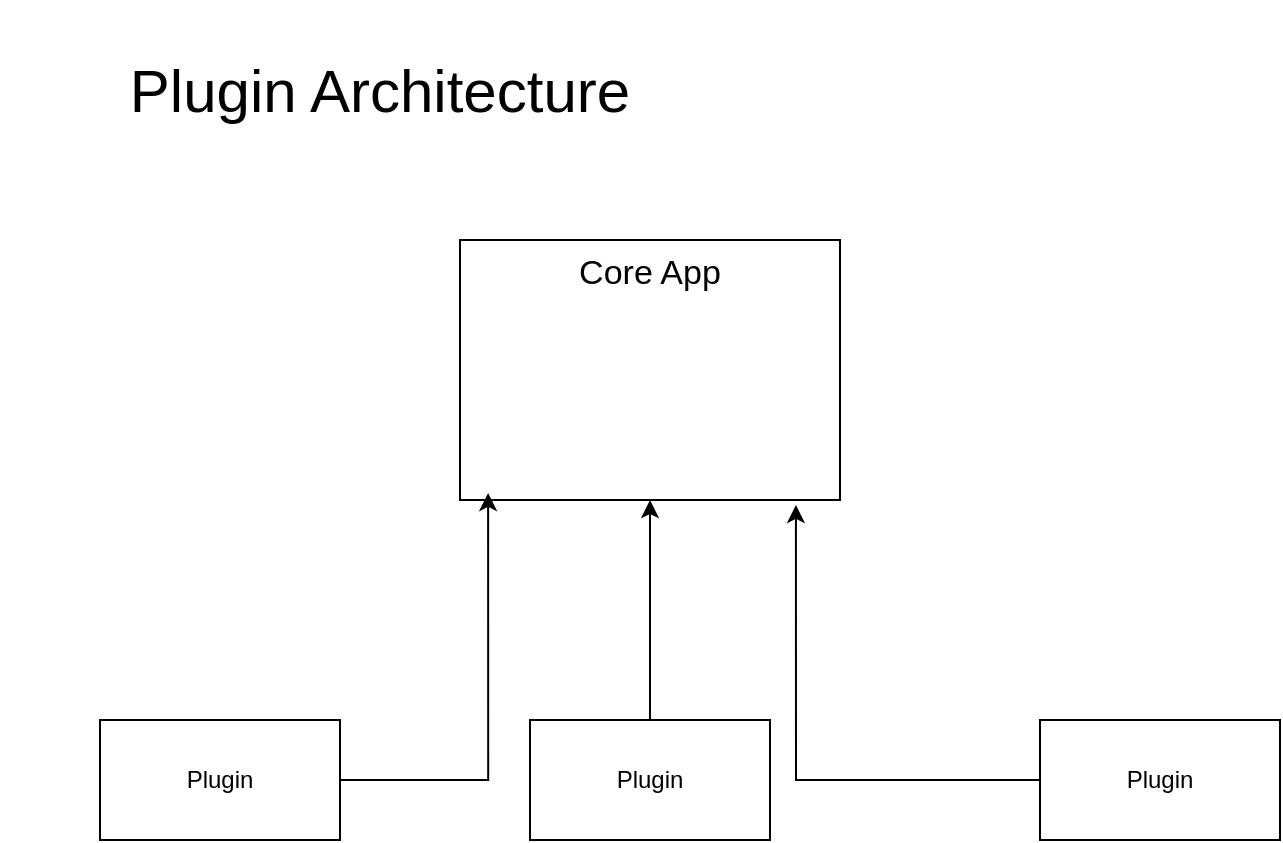
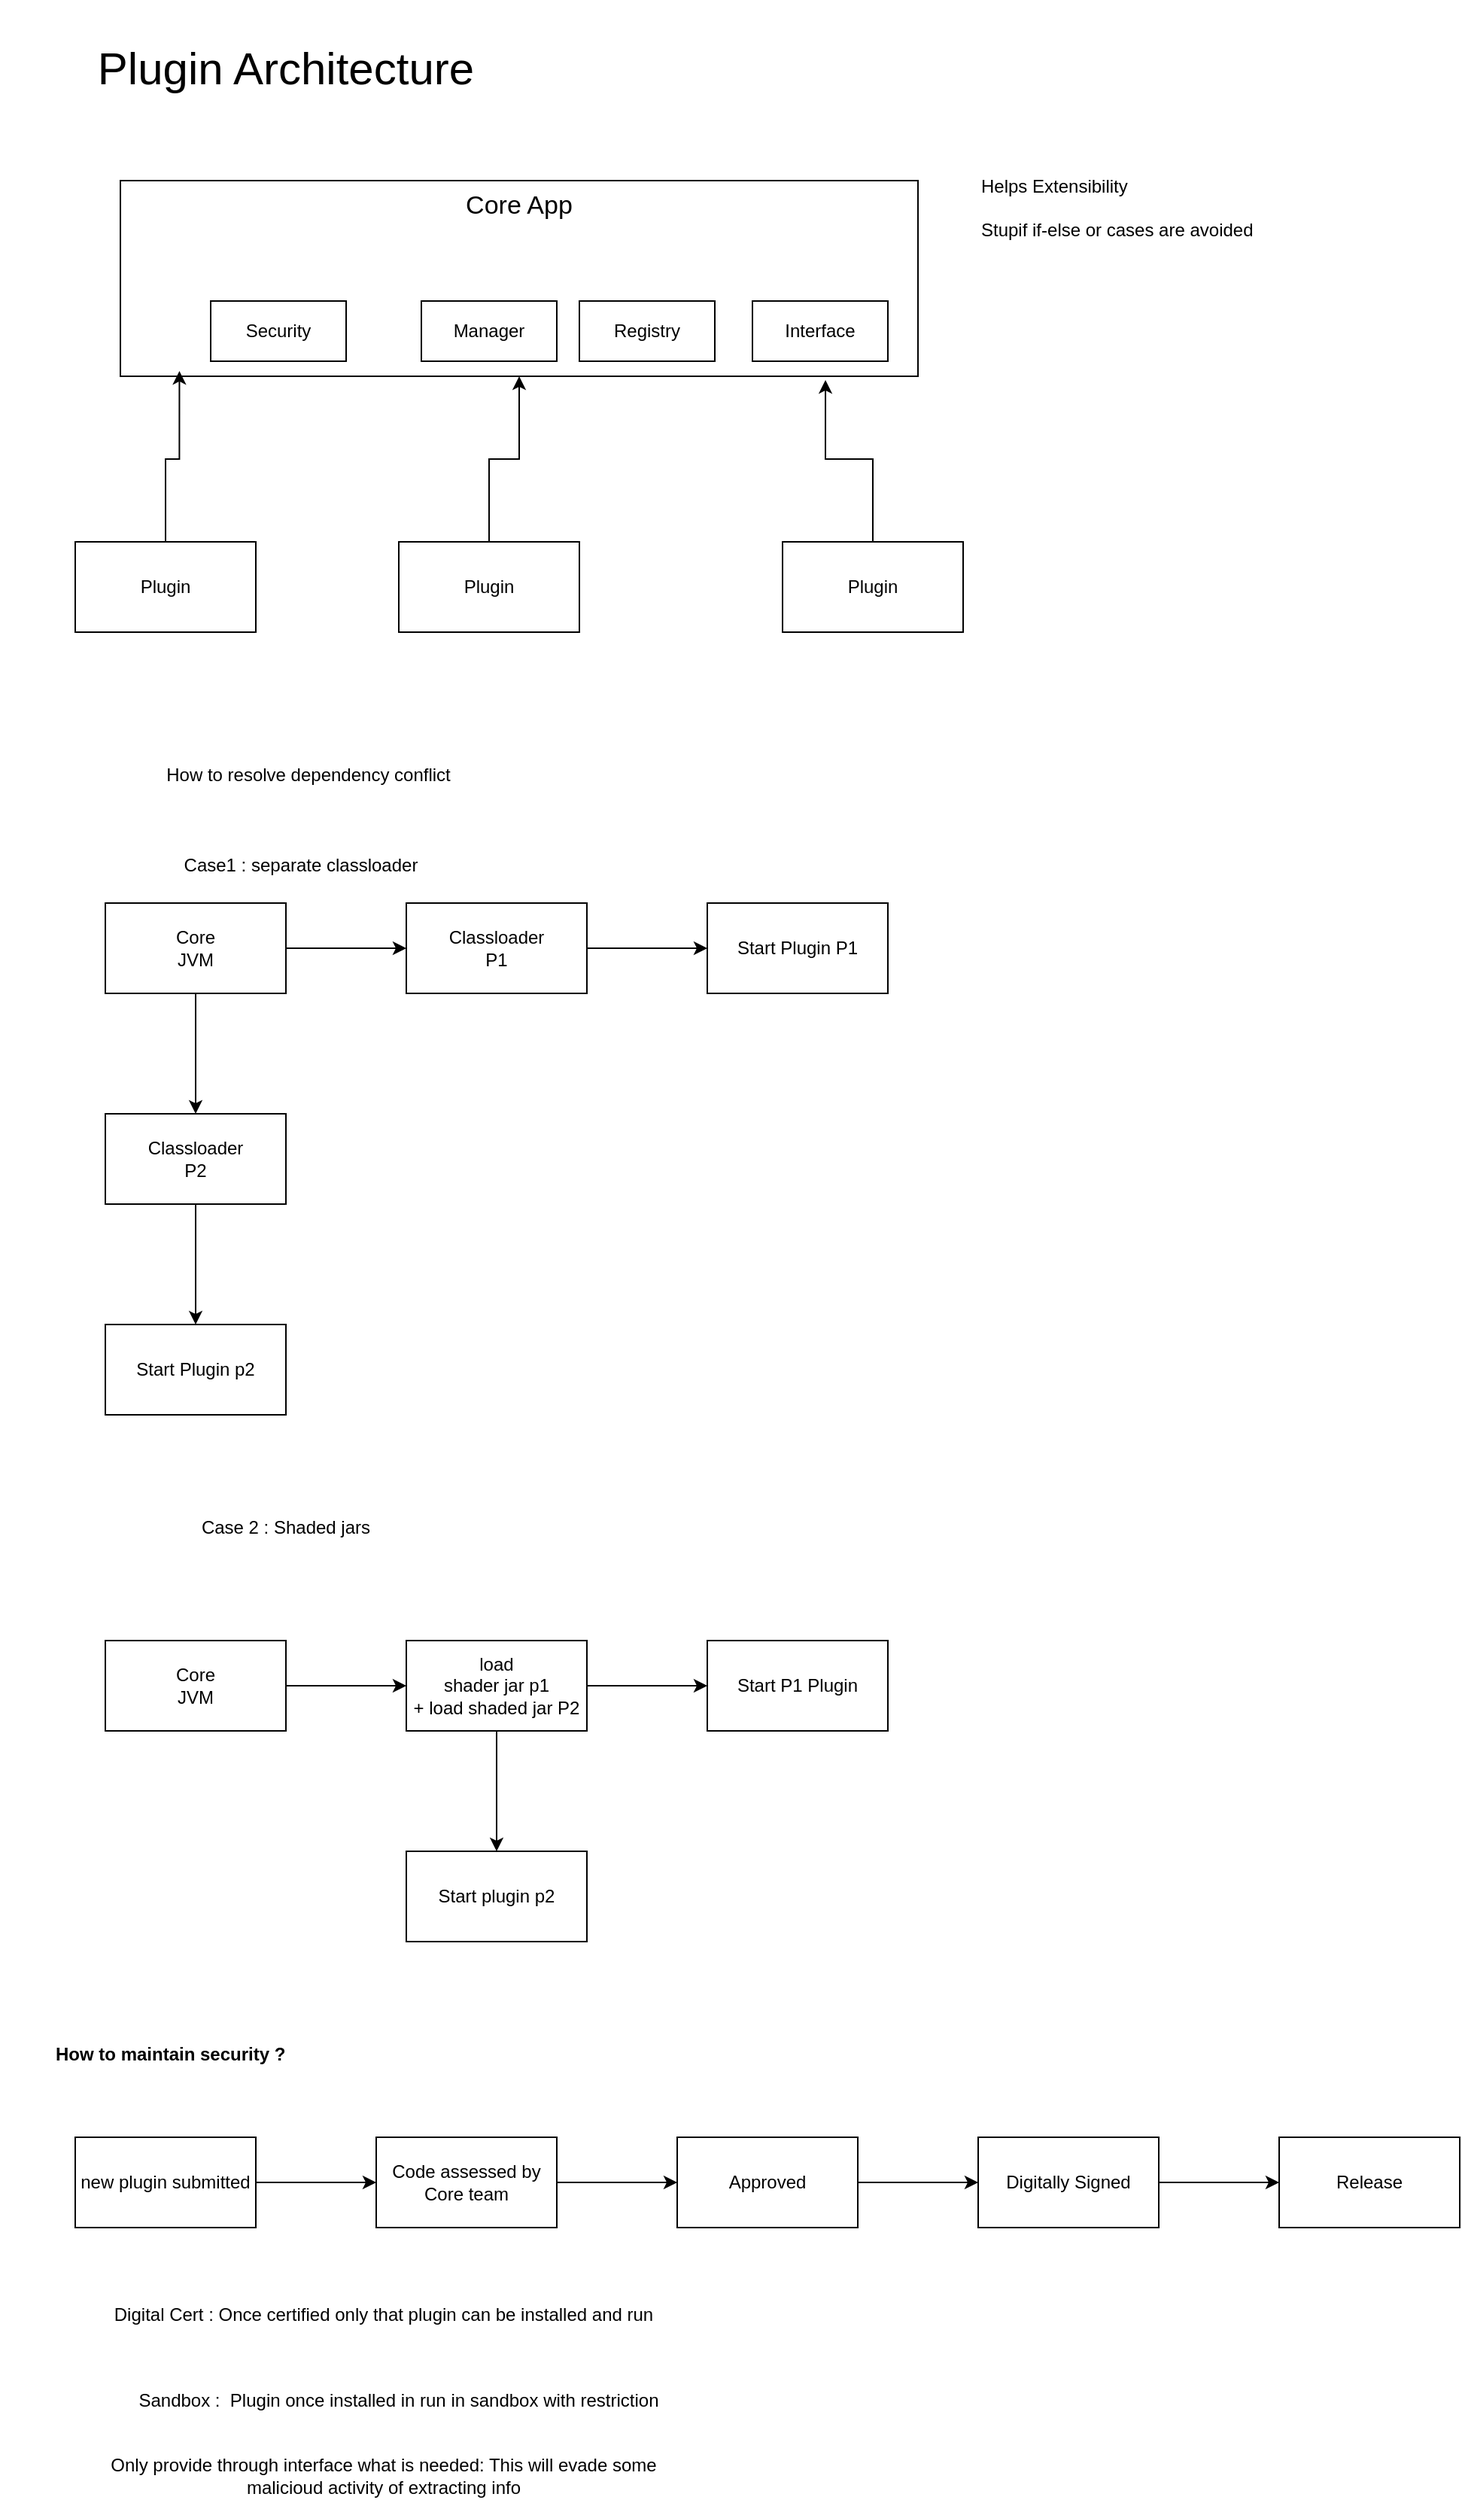
<mxfile host="app.diagrams.net">
  <diagram name="Page-1" id="Fz09gCfaae2wiT3iGB2v">
    <mxGraphModel dx="964" dy="591" grid="1" gridSize="10" guides="1" tooltips="1" connect="1" arrows="1" fold="1" page="1" pageScale="1" pageWidth="827" pageHeight="1169" math="0" shadow="0">
      <root>
        <mxCell id="0" />
        <mxCell id="1" parent="0" />
        <mxCell id="2ry6J4jStiIDyA99jYw6-2" parent="1" style="text;html=1;whiteSpace=wrap;strokeColor=none;fillColor=none;align=center;verticalAlign=middle;rounded=0;fontSize=30;" value="Plugin Architecture" vertex="1">
          <mxGeometry height="90" width="380" x="10" as="geometry" />
        </mxCell>
        <mxCell id="4yJNnCFY3kRO1OacFKxV-1" parent="1" style="rounded=0;whiteSpace=wrap;html=1;align=center;verticalAlign=top;fontSize=17;" value="Core App" vertex="1">
-           <mxGeometry height="130" width="190" x="240" y="120" as="geometry" />
+           <mxGeometry height="130" width="530" x="90" y="120" as="geometry" />
        </mxCell>
        <mxCell id="4yJNnCFY3kRO1OacFKxV-2" parent="1" style="rounded=0;whiteSpace=wrap;html=1;" value="Plugin" vertex="1">
          <mxGeometry height="60" width="120" x="60" y="360" as="geometry" />
        </mxCell>
        <mxCell id="4yJNnCFY3kRO1OacFKxV-6" edge="1" parent="1" source="4yJNnCFY3kRO1OacFKxV-3" style="edgeStyle=orthogonalEdgeStyle;rounded=0;orthogonalLoop=1;jettySize=auto;html=1;entryX=0.5;entryY=1;entryDx=0;entryDy=0;" target="4yJNnCFY3kRO1OacFKxV-1">
          <mxGeometry relative="1" as="geometry" />
        </mxCell>
        <mxCell id="4yJNnCFY3kRO1OacFKxV-3" parent="1" style="rounded=0;whiteSpace=wrap;html=1;" value="Plugin" vertex="1">
          <mxGeometry height="60" width="120" x="275" y="360" as="geometry" />
        </mxCell>
        <mxCell id="4yJNnCFY3kRO1OacFKxV-4" parent="1" style="rounded=0;whiteSpace=wrap;html=1;" value="Plugin" vertex="1">
          <mxGeometry height="60" width="120" x="530" y="360" as="geometry" />
        </mxCell>
        <mxCell id="4yJNnCFY3kRO1OacFKxV-5" edge="1" parent="1" source="4yJNnCFY3kRO1OacFKxV-2" style="edgeStyle=orthogonalEdgeStyle;rounded=0;orthogonalLoop=1;jettySize=auto;html=1;entryX=0.074;entryY=0.973;entryDx=0;entryDy=0;entryPerimeter=0;" target="4yJNnCFY3kRO1OacFKxV-1">
          <mxGeometry relative="1" as="geometry" />
        </mxCell>
        <mxCell id="4yJNnCFY3kRO1OacFKxV-7" edge="1" parent="1" source="4yJNnCFY3kRO1OacFKxV-4" style="edgeStyle=orthogonalEdgeStyle;rounded=0;orthogonalLoop=1;jettySize=auto;html=1;entryX=0.884;entryY=1.019;entryDx=0;entryDy=0;entryPerimeter=0;" target="4yJNnCFY3kRO1OacFKxV-1">
          <mxGeometry relative="1" as="geometry" />
        </mxCell>
+         <mxCell id="4yJNnCFY3kRO1OacFKxV-8" parent="1" style="text;html=1;whiteSpace=wrap;strokeColor=none;fillColor=none;align=left;verticalAlign=top;rounded=0;" value="Helps Extensibility&amp;nbsp;&lt;div&gt;&lt;br&gt;&lt;/div&gt;&lt;div&gt;Stupif if-else or cases are avoided&lt;/div&gt;&lt;div&gt;&lt;br&gt;&lt;/div&gt;&lt;div&gt;&lt;br&gt;&lt;/div&gt;" vertex="1">
+           <mxGeometry height="240" width="310" x="660" y="110" as="geometry" />
+         </mxCell>
+         <mxCell id="4yJNnCFY3kRO1OacFKxV-12" parent="1" style="rounded=0;whiteSpace=wrap;html=1;" value="Interface" vertex="1">
+           <mxGeometry height="40" width="90" x="510" y="200" as="geometry" />
+         </mxCell>
+         <mxCell id="4yJNnCFY3kRO1OacFKxV-13" parent="1" style="rounded=0;whiteSpace=wrap;html=1;" value="Registry" vertex="1">
+           <mxGeometry height="40" width="90" x="395" y="200" as="geometry" />
+         </mxCell>
+         <mxCell id="4yJNnCFY3kRO1OacFKxV-14" parent="1" style="rounded=0;whiteSpace=wrap;html=1;" value="Manager" vertex="1">
+           <mxGeometry height="40" width="90" x="290" y="200" as="geometry" />
+         </mxCell>
+         <mxCell id="4yJNnCFY3kRO1OacFKxV-15" parent="1" style="rounded=0;whiteSpace=wrap;html=1;" value="Security" vertex="1">
+           <mxGeometry height="40" width="90" x="150" y="200" as="geometry" />
+         </mxCell>
+         <mxCell id="4yJNnCFY3kRO1OacFKxV-16" parent="1" style="text;html=1;whiteSpace=wrap;strokeColor=none;fillColor=none;align=center;verticalAlign=middle;rounded=0;" value="How to resolve dependency conflict" vertex="1">
+           <mxGeometry height="30" width="310" x="60" y="500" as="geometry" />
+         </mxCell>
+         <mxCell id="4yJNnCFY3kRO1OacFKxV-19" edge="1" parent="1" source="4yJNnCFY3kRO1OacFKxV-17" style="edgeStyle=orthogonalEdgeStyle;rounded=0;orthogonalLoop=1;jettySize=auto;html=1;" target="4yJNnCFY3kRO1OacFKxV-18" value="">
+           <mxGeometry relative="1" as="geometry" />
+         </mxCell>
+         <mxCell id="4yJNnCFY3kRO1OacFKxV-23" edge="1" parent="1" source="4yJNnCFY3kRO1OacFKxV-17" style="edgeStyle=orthogonalEdgeStyle;rounded=0;orthogonalLoop=1;jettySize=auto;html=1;" target="4yJNnCFY3kRO1OacFKxV-22" value="">
+           <mxGeometry relative="1" as="geometry" />
+         </mxCell>
+         <mxCell id="4yJNnCFY3kRO1OacFKxV-17" parent="1" style="rounded=0;whiteSpace=wrap;html=1;" value="Core&lt;div&gt;JVM&lt;/div&gt;" vertex="1">
+           <mxGeometry height="60" width="120" x="80" y="600" as="geometry" />
+         </mxCell>
+         <mxCell id="4yJNnCFY3kRO1OacFKxV-21" edge="1" parent="1" source="4yJNnCFY3kRO1OacFKxV-18" style="edgeStyle=orthogonalEdgeStyle;rounded=0;orthogonalLoop=1;jettySize=auto;html=1;" target="4yJNnCFY3kRO1OacFKxV-20" value="">
+           <mxGeometry relative="1" as="geometry" />
+         </mxCell>
+         <mxCell id="4yJNnCFY3kRO1OacFKxV-18" parent="1" style="whiteSpace=wrap;html=1;rounded=0;" value="Classloader&lt;div&gt;P1&lt;/div&gt;" vertex="1">
+           <mxGeometry height="60" width="120" x="280" y="600" as="geometry" />
+         </mxCell>
+         <mxCell id="4yJNnCFY3kRO1OacFKxV-20" parent="1" style="whiteSpace=wrap;html=1;rounded=0;" value="Start Plugin P1" vertex="1">
+           <mxGeometry height="60" width="120" x="480" y="600" as="geometry" />
+         </mxCell>
+         <mxCell id="4yJNnCFY3kRO1OacFKxV-25" edge="1" parent="1" source="4yJNnCFY3kRO1OacFKxV-22" style="edgeStyle=orthogonalEdgeStyle;rounded=0;orthogonalLoop=1;jettySize=auto;html=1;" target="4yJNnCFY3kRO1OacFKxV-24" value="">
+           <mxGeometry relative="1" as="geometry" />
+         </mxCell>
+         <mxCell id="4yJNnCFY3kRO1OacFKxV-22" parent="1" style="whiteSpace=wrap;html=1;rounded=0;" value="Classloader&lt;div&gt;P2&lt;/div&gt;" vertex="1">
+           <mxGeometry height="60" width="120" x="80" y="740" as="geometry" />
+         </mxCell>
+         <mxCell id="4yJNnCFY3kRO1OacFKxV-24" parent="1" style="whiteSpace=wrap;html=1;rounded=0;" value="Start Plugin p2" vertex="1">
+           <mxGeometry height="60" width="120" x="80" y="880" as="geometry" />
+         </mxCell>
+         <mxCell id="4yJNnCFY3kRO1OacFKxV-26" parent="1" style="text;html=1;whiteSpace=wrap;strokeColor=none;fillColor=none;align=center;verticalAlign=middle;rounded=0;" value="Case1 : separate classloader" vertex="1">
+           <mxGeometry height="30" width="280" x="70" y="560" as="geometry" />
+         </mxCell>
+         <mxCell id="4yJNnCFY3kRO1OacFKxV-27" parent="1" style="text;html=1;whiteSpace=wrap;strokeColor=none;fillColor=none;align=center;verticalAlign=middle;rounded=0;" value="Case 2 : Shaded jars" vertex="1">
+           <mxGeometry height="30" width="280" x="60" y="1000" as="geometry" />
+         </mxCell>
+         <mxCell id="4yJNnCFY3kRO1OacFKxV-30" edge="1" parent="1" source="4yJNnCFY3kRO1OacFKxV-28" style="edgeStyle=orthogonalEdgeStyle;rounded=0;orthogonalLoop=1;jettySize=auto;html=1;" target="4yJNnCFY3kRO1OacFKxV-29" value="">
+           <mxGeometry relative="1" as="geometry" />
+         </mxCell>
+         <mxCell id="4yJNnCFY3kRO1OacFKxV-28" parent="1" style="rounded=0;whiteSpace=wrap;html=1;" value="Core&lt;div&gt;JVM&lt;/div&gt;" vertex="1">
+           <mxGeometry height="60" width="120" x="80" y="1090" as="geometry" />
+         </mxCell>
+         <mxCell id="4yJNnCFY3kRO1OacFKxV-32" edge="1" parent="1" source="4yJNnCFY3kRO1OacFKxV-29" style="edgeStyle=orthogonalEdgeStyle;rounded=0;orthogonalLoop=1;jettySize=auto;html=1;" target="4yJNnCFY3kRO1OacFKxV-31" value="">
+           <mxGeometry relative="1" as="geometry" />
+         </mxCell>
+         <mxCell id="4yJNnCFY3kRO1OacFKxV-35" edge="1" parent="1" source="4yJNnCFY3kRO1OacFKxV-29" style="edgeStyle=orthogonalEdgeStyle;rounded=0;orthogonalLoop=1;jettySize=auto;html=1;" target="4yJNnCFY3kRO1OacFKxV-34" value="">
+           <mxGeometry relative="1" as="geometry" />
+         </mxCell>
+         <mxCell id="4yJNnCFY3kRO1OacFKxV-29" parent="1" style="whiteSpace=wrap;html=1;rounded=0;" value="load&lt;div&gt;shader jar p1&lt;/div&gt;&lt;div&gt;+ load shaded jar P2&lt;/div&gt;" vertex="1">
+           <mxGeometry height="60" width="120" x="280" y="1090" as="geometry" />
+         </mxCell>
+         <mxCell id="4yJNnCFY3kRO1OacFKxV-31" parent="1" style="whiteSpace=wrap;html=1;rounded=0;" value="Start P1 Plugin" vertex="1">
+           <mxGeometry height="60" width="120" x="480" y="1090" as="geometry" />
+         </mxCell>
+         <mxCell id="4yJNnCFY3kRO1OacFKxV-34" parent="1" style="whiteSpace=wrap;html=1;rounded=0;" value="Start plugin p2" vertex="1">
+           <mxGeometry height="60" width="120" x="280" y="1230" as="geometry" />
+         </mxCell>
+         <mxCell id="4yJNnCFY3kRO1OacFKxV-36" parent="1" style="text;html=1;whiteSpace=wrap;strokeColor=none;fillColor=none;align=left;verticalAlign=middle;rounded=0;fontStyle=1" value="How to maintain security ?" vertex="1">
+           <mxGeometry height="30" width="190" x="45" y="1350" as="geometry" />
+         </mxCell>
+         <mxCell id="4yJNnCFY3kRO1OacFKxV-40" edge="1" parent="1" source="4yJNnCFY3kRO1OacFKxV-38" style="edgeStyle=orthogonalEdgeStyle;rounded=0;orthogonalLoop=1;jettySize=auto;html=1;" target="4yJNnCFY3kRO1OacFKxV-39" value="">
+           <mxGeometry relative="1" as="geometry" />
+         </mxCell>
+         <mxCell id="4yJNnCFY3kRO1OacFKxV-38" parent="1" style="rounded=0;whiteSpace=wrap;html=1;" value="new plugin submitted" vertex="1">
+           <mxGeometry height="60" width="120" x="60" y="1420" as="geometry" />
+         </mxCell>
+         <mxCell id="4yJNnCFY3kRO1OacFKxV-42" edge="1" parent="1" source="4yJNnCFY3kRO1OacFKxV-39" style="edgeStyle=orthogonalEdgeStyle;rounded=0;orthogonalLoop=1;jettySize=auto;html=1;" target="4yJNnCFY3kRO1OacFKxV-41" value="">
+           <mxGeometry relative="1" as="geometry" />
+         </mxCell>
+         <mxCell id="4yJNnCFY3kRO1OacFKxV-39" parent="1" style="rounded=0;whiteSpace=wrap;html=1;" value="Code assessed by Core team" vertex="1">
+           <mxGeometry height="60" width="120" x="260" y="1420" as="geometry" />
+         </mxCell>
+         <mxCell id="4yJNnCFY3kRO1OacFKxV-44" edge="1" parent="1" source="4yJNnCFY3kRO1OacFKxV-41" style="edgeStyle=orthogonalEdgeStyle;rounded=0;orthogonalLoop=1;jettySize=auto;html=1;" target="4yJNnCFY3kRO1OacFKxV-43" value="">
+           <mxGeometry relative="1" as="geometry" />
+         </mxCell>
+         <mxCell id="4yJNnCFY3kRO1OacFKxV-41" parent="1" style="whiteSpace=wrap;html=1;rounded=0;" value="Approved" vertex="1">
+           <mxGeometry height="60" width="120" x="460" y="1420" as="geometry" />
+         </mxCell>
+         <mxCell id="4yJNnCFY3kRO1OacFKxV-46" edge="1" parent="1" source="4yJNnCFY3kRO1OacFKxV-43" style="edgeStyle=orthogonalEdgeStyle;rounded=0;orthogonalLoop=1;jettySize=auto;html=1;" target="4yJNnCFY3kRO1OacFKxV-45" value="">
+           <mxGeometry relative="1" as="geometry" />
+         </mxCell>
+         <mxCell id="4yJNnCFY3kRO1OacFKxV-43" parent="1" style="whiteSpace=wrap;html=1;rounded=0;" value="Digitally Signed" vertex="1">
+           <mxGeometry height="60" width="120" x="660" y="1420" as="geometry" />
+         </mxCell>
+         <mxCell id="4yJNnCFY3kRO1OacFKxV-45" parent="1" style="whiteSpace=wrap;html=1;rounded=0;" value="Release" vertex="1">
+           <mxGeometry height="60" width="120" x="860" y="1420" as="geometry" />
+         </mxCell>
+         <mxCell id="4yJNnCFY3kRO1OacFKxV-47" parent="1" style="text;html=1;whiteSpace=wrap;strokeColor=none;fillColor=none;align=center;verticalAlign=middle;rounded=0;" value="Digital Cert : Once certified only that plugin can be installed and run&lt;div&gt;&lt;br&gt;&lt;/div&gt;" vertex="1">
+           <mxGeometry height="30" width="370" x="80" y="1530" as="geometry" />
+         </mxCell>
+         <mxCell id="4yJNnCFY3kRO1OacFKxV-48" parent="1" style="text;html=1;whiteSpace=wrap;strokeColor=none;fillColor=none;align=center;verticalAlign=middle;rounded=0;" value="&lt;div&gt;Sandbox :&amp;nbsp; Plugin once installed in run in sandbox with restriction&lt;/div&gt;" vertex="1">
+           <mxGeometry height="30" width="370" x="90" y="1580" as="geometry" />
+         </mxCell>
+         <mxCell id="4yJNnCFY3kRO1OacFKxV-49" parent="1" style="text;html=1;whiteSpace=wrap;strokeColor=none;fillColor=none;align=center;verticalAlign=middle;rounded=0;" value="&lt;div&gt;Only provide through interface what is needed: This will evade some malicioud activity of extracting info&lt;/div&gt;" vertex="1">
+           <mxGeometry height="30" width="370" x="80" y="1630" as="geometry" />
+         </mxCell>
      </root>
    </mxGraphModel>
  </diagram>
</mxfile>
